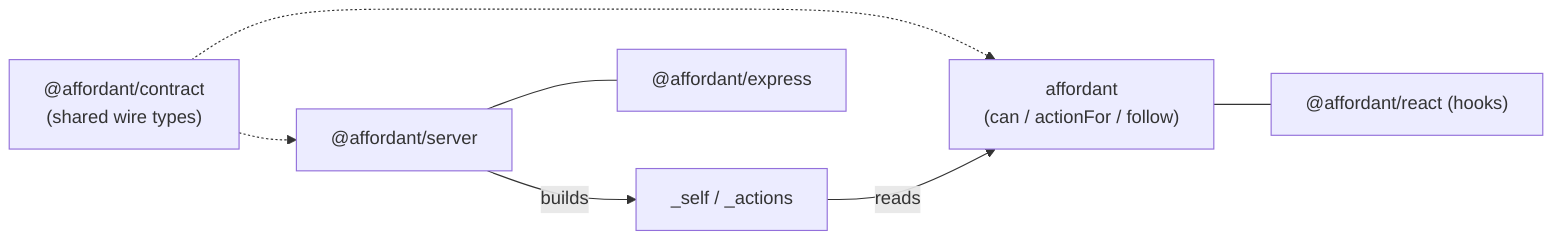
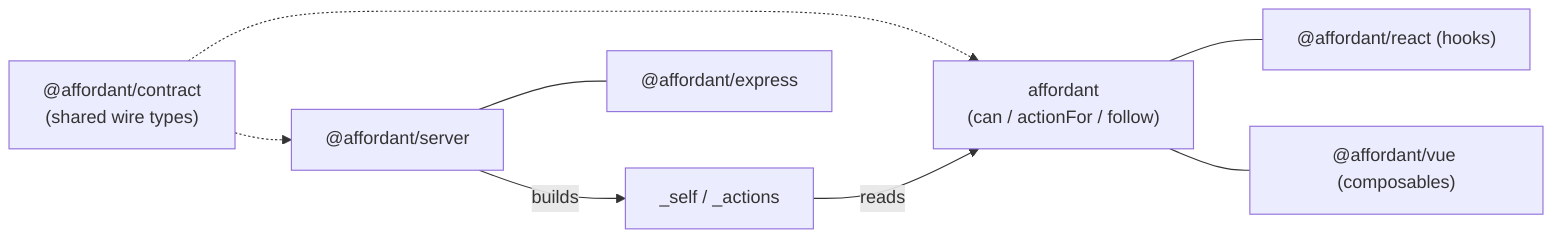
flowchart LR
  contract["@affordant/contract<br/>(shared wire types)"]
  server["@affordant/server"]
  envelope["_self / _actions"]
  client["affordant<br/>(can / actionFor / follow)"]
  express["@affordant/express"]
  react["@affordant/react (hooks)"]
+   vue["@affordant/vue (composables)"]

  contract -.-> server
  contract -.-> client
  server -- builds --> envelope
  envelope -- reads --> client
  server --- express
  client --- react
+   client --- vue
